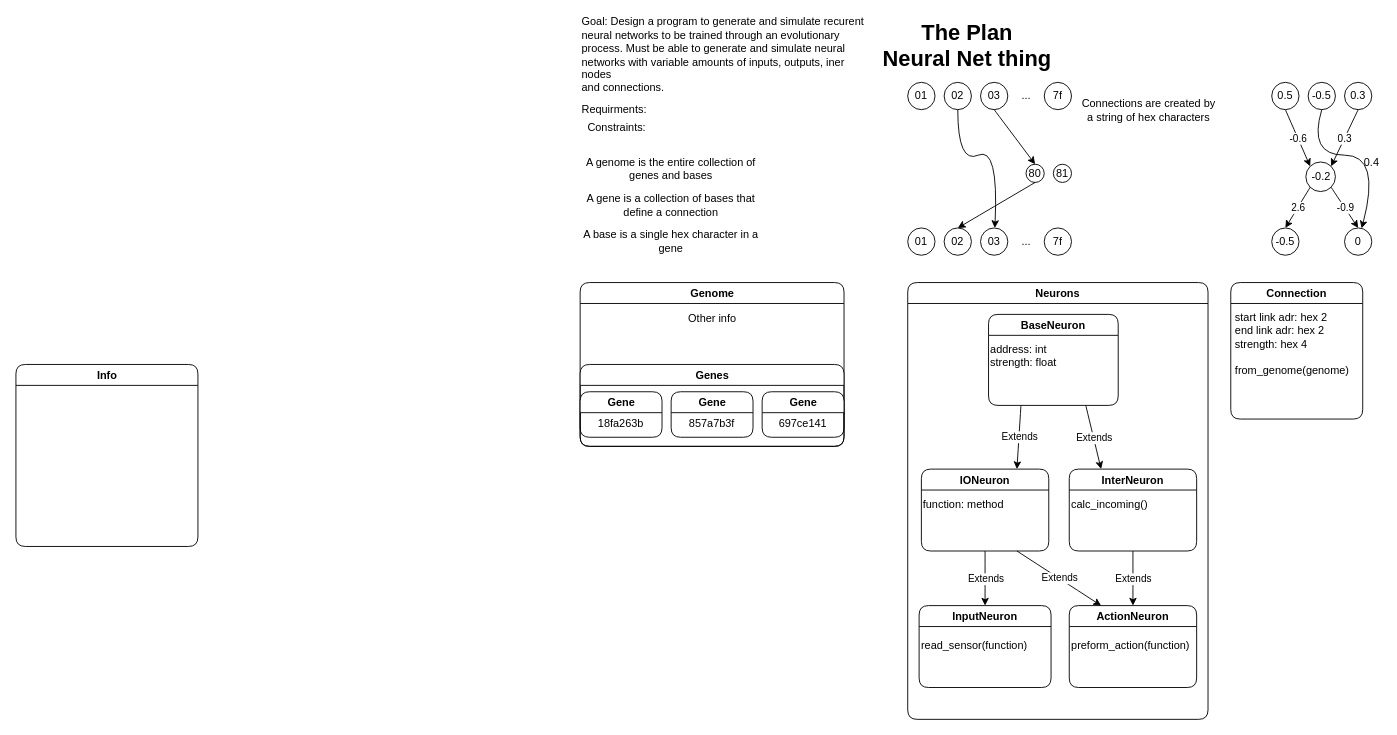
binaryclock03/2DEvoSim keeps this draw.io diagram as plan.drawio. Above is the earlier version. Source tidied: cells renumbered, new cells numbered last; positions are measured from the earlier drawing's top-left corner, leaving out a move shared by most shapes. Both pictures are drawn from the tidied source at 91%, with x=0, y=0 at pixel (15, 27).
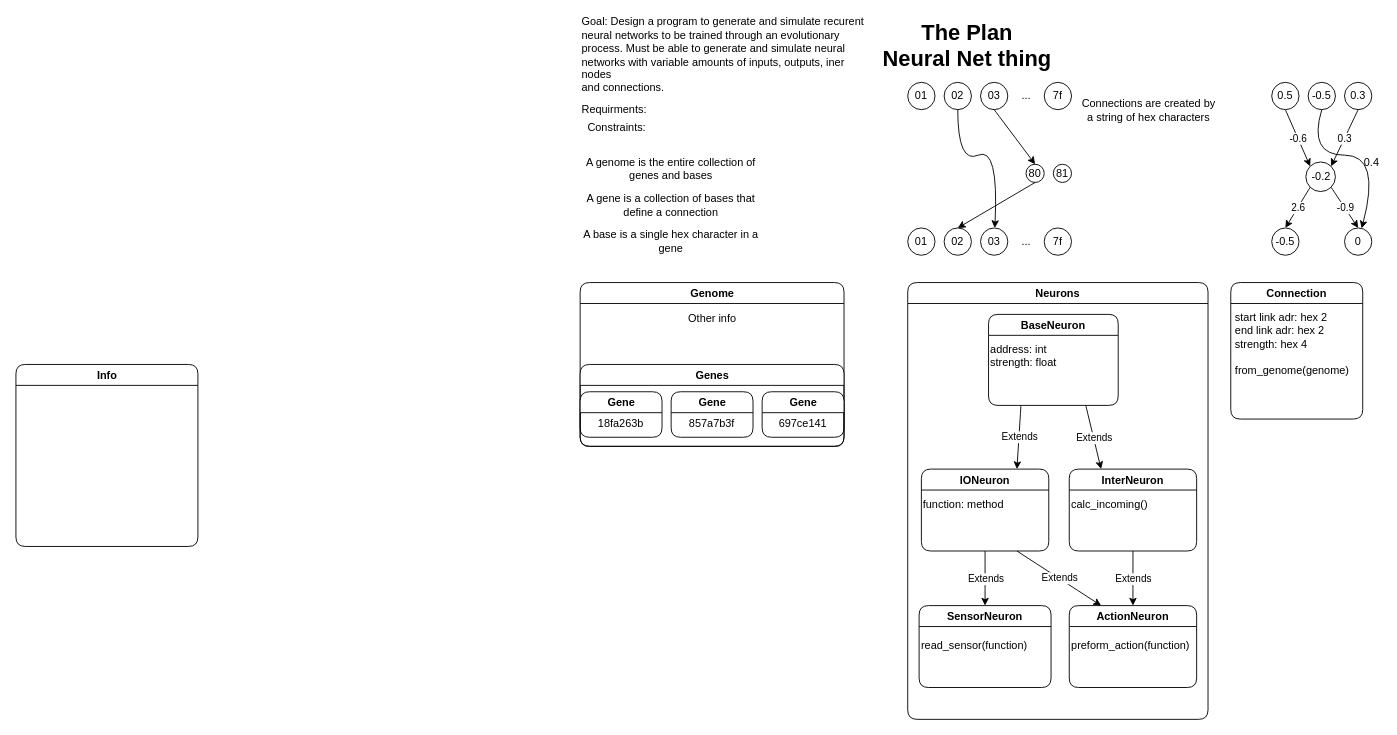
The same diagram, later.

Unchanged cells that the change refers to:
```xml
<mxCell id="53" value="Neurons" style="swimlane;rounded=1;" parent="1" vertex="1">
  <mxGeometry x="980" y="280" width="330" height="480" as="geometry" />
</mxCell>
```

Change to the diagram source:
```diff
@@
-    <mxCell id="56" value="InputNeuron" style="swimlane;rounded=1;" parent="53" vertex="1">
+    <mxCell id="56" value="SensorNeuron" style="swimlane;rounded=1;" parent="53" vertex="1">
       <mxGeometry x="12.5" y="355" width="145" height="90" as="geometry" />
     </mxCell>
```
